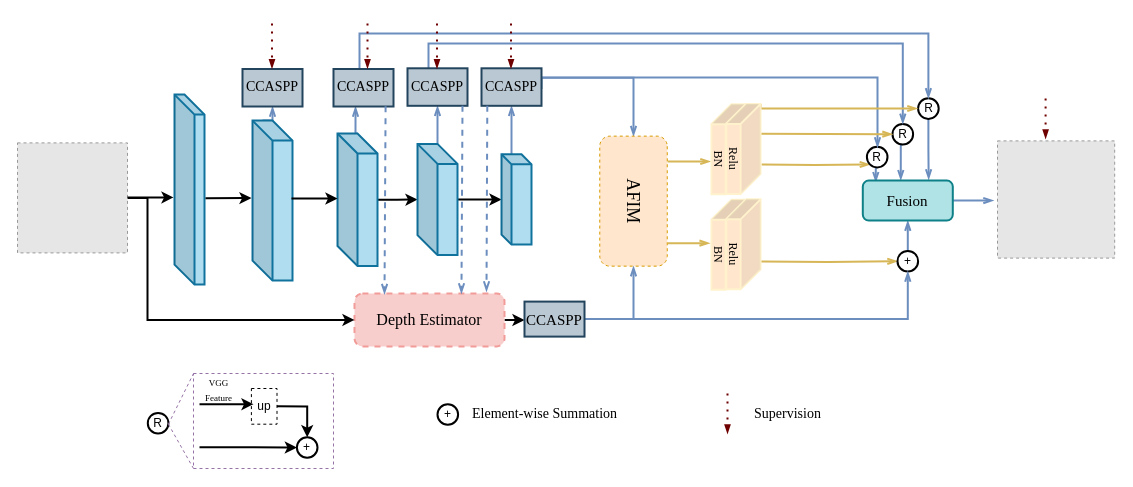
Hymhh/hymhh keeps this draw.io diagram as newRandD.drawio. Above is the earlier version. Source tidied: cells renumbered, new cells numbered last; positions are measured from the earlier drawing's top-left corner, leaving out a move shared by most shapes. Both pictures are drawn from the tidied source at 100%, with x=0, y=0 at pixel (17, 23). Pictures stored in the file or linked from it are replaced by grey dashed boxes.
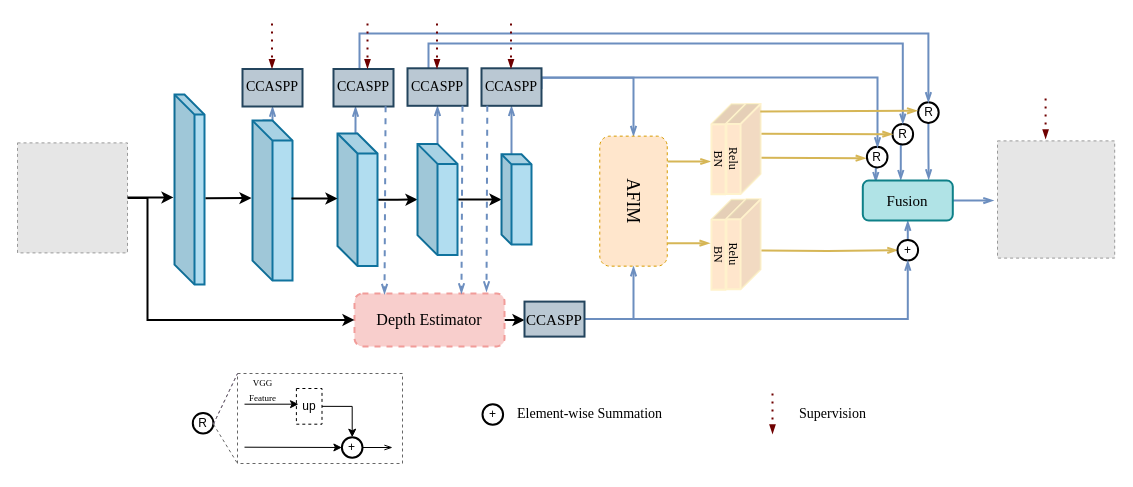
After the change.

Unchanged cells that the change refers to:
```xml
<mxCell id="16" value="R" style="ellipse;whiteSpace=wrap;html=1;strokeWidth=2;" parent="1" vertex="1">
  <mxGeometry x="849.4" y="123.3" width="20.6" height="20.6" as="geometry" />
</mxCell>
<mxCell id="73" value="&lt;font face=&quot;Times New Roman&quot;&gt;Relu&lt;/font&gt;" style="shape=cube;whiteSpace=wrap;html=1;boundedLbl=1;backgroundOutline=1;darkOpacity=0.05;darkOpacity2=0.1;direction=east;fillColor=#FFE6CC;strokeWidth=2;strokeColor=#FFF2CC;rotation=90;" parent="1" vertex="1">
  <mxGeometry x="681" y="108.4" width="90" height="34.1" as="geometry" />
</mxCell>
```

Diff of the diagram source:
```diff
@@
     <mxCell id="10" style="edgeStyle=orthogonalEdgeStyle;rounded=0;jettySize=auto;html=1;entryX=0;entryY=0.5;entryDx=0;entryDy=0;strokeColor=#d6b656;strokeWidth=2;fillColor=#fff2cc;endArrow=openThin;endFill=0;" parent="1" edge="1" target="18">
       <mxGeometry relative="1" as="geometry">
-        <mxPoint x="740" y="238" as="sourcePoint" />
+        <mxPoint x="740" y="227" as="sourcePoint" />
       </mxGeometry>
     </mxCell>
@@
-    <mxCell id="12" style="edgeStyle=orthogonalEdgeStyle;rounded=0;jettySize=auto;html=1;entryX=0;entryY=1;entryDx=0;entryDy=0;strokeColor=#D6B656;strokeWidth=2;fillColor=#fff2cc;endArrow=openThin;endFill=0;" parent="1" edge="1" target="16">
-      <mxGeometry relative="1" as="geometry">
-        <mxPoint x="744" y="141" as="sourcePoint" />
-      </mxGeometry>
+    <mxCell id="12" style="edgeStyle=orthogonalEdgeStyle;rounded=0;jettySize=auto;html=1;entryX=-0.051;entryY=0.555;entryDx=0;entryDy=0;strokeColor=#D6B656;strokeWidth=2;fillColor=#fff2cc;endArrow=openThin;endFill=0;entryPerimeter=0;exitX=0.599;exitY=-0.016;exitDx=0;exitDy=0;exitPerimeter=0;" parent="1" edge="1" source="73" target="16">
+      <mxGeometry relative="1" as="geometry" />
     </mxCell>
@@
     <mxCell id="18" value="+" style="ellipse;whiteSpace=wrap;html=1;strokeWidth=2;" parent="1" vertex="1">
-      <mxGeometry x="880" y="227.4" width="20.6" height="20.6" as="geometry" />
+      <mxGeometry x="880" y="216.4" width="20.6" height="20.6" as="geometry" />
     </mxCell>
@@
     <mxCell id="26" value="R" style="ellipse;whiteSpace=wrap;html=1;strokeWidth=2;" parent="1" vertex="1">
-      <mxGeometry x="900.6" y="74.8" width="20.6" height="20.6" as="geometry" />
+      <mxGeometry x="900.6" y="78.8" width="20.6" height="20.6" as="geometry" />
     </mxCell>
@@
     <mxCell id="43" value="&lt;font face=&quot;Times New Roman&quot; style=&quot;font-size: 14px&quot;&gt;Supervision&lt;/font&gt;" style="text;html=1;align=center;verticalAlign=middle;fillColor=none;strokeColor=none;rounded=0;strokeWidth=2;" parent="1" vertex="1">
-      <mxGeometry x="730" y="381.3" width="80" height="20" as="geometry" />
+      <mxGeometry x="775" y="381.3" width="80" height="20" as="geometry" />
     </mxCell>
     <mxCell id="44" value="+" style="ellipse;whiteSpace=wrap;html=1;strokeWidth=2;" parent="1" vertex="1">
-      <mxGeometry x="420" y="380.7" width="20.6" height="20.6" as="geometry" />
+      <mxGeometry x="465" y="380.7" width="20.6" height="20.6" as="geometry" />
     </mxCell>
     <mxCell id="45" value="&lt;font face=&quot;Times New Roman&quot; style=&quot;font-size: 14px&quot;&gt;Element-wise Summation&lt;/font&gt;" style="text;html=1;align=center;verticalAlign=middle;fillColor=none;strokeColor=none;rounded=0;strokeWidth=2;" parent="1" vertex="1">
-      <mxGeometry x="447" y="381.3" width="160" height="20" as="geometry" />
+      <mxGeometry x="492" y="381.3" width="160" height="20" as="geometry" />
     </mxCell>
     <mxCell id="46" style="edgeStyle=orthogonalEdgeStyle;fontSize=12;html=1;endArrow=blockThin;endFill=1;rounded=0;strokeWidth=2;endSize=4;startSize=4;dashed=1;dashPattern=1 3;strokeColor=#6F0000;fillColor=#a20025;" parent="1" edge="1">
       <mxGeometry relative="1" as="geometry">
-        <mxPoint x="710" y="370" as="sourcePoint" />
-        <mxPoint x="710" y="410" as="targetPoint" />
+        <mxPoint x="755" y="370" as="sourcePoint" />
+        <mxPoint x="755" y="410" as="targetPoint" />
       </mxGeometry>
     </mxCell>
@@
     <mxCell id="60" value="R" style="ellipse;whiteSpace=wrap;html=1;strokeWidth=2;" parent="1" vertex="1">
-      <mxGeometry x="130.3" y="389.4" width="20.6" height="20.6" as="geometry" />
+      <mxGeometry x="175.3" y="389.4" width="20.6" height="20.6" as="geometry" />
     </mxCell>
+    <mxCell id="75" style="edgeStyle=orthogonalEdgeStyle;rounded=0;jettySize=auto;html=1;exitX=1;exitY=0.5;exitDx=0;exitDy=0;endArrow=openThin;endFill=0;strokeColor=#000000;strokeWidth=1;" parent="1" edge="1" source="61">
+      <mxGeometry relative="1" as="geometry">
+        <mxPoint x="375" y="423.8" as="targetPoint" />
+      </mxGeometry>
+    </mxCell>
     <mxCell id="61" value="+" style="ellipse;whiteSpace=wrap;html=1;strokeWidth=2;" parent="1" vertex="1">
-      <mxGeometry x="279.4" y="413.7" width="20.6" height="20.6" as="geometry" />
+      <mxGeometry x="324.4" y="413.7" width="20.6" height="20.6" as="geometry" />
     </mxCell>
-    <mxCell id="62" style="endArrow=classic;html=1;strokeColor=#000000;strokeWidth=2;" parent="1" edge="1">
+    <mxCell id="62" style="endArrow=classic;html=1;strokeColor=#000000;strokeWidth=1;" parent="1" edge="1">
       <mxGeometry relative="1" as="geometry">
-        <mxPoint x="182" y="380.7" as="sourcePoint" />
-        <mxPoint x="236" y="380.7" as="targetPoint" />
+        <mxPoint x="227" y="380.7" as="sourcePoint" />
+        <mxPoint x="281" y="380.7" as="targetPoint" />
       </mxGeometry>
     </mxCell>
-    <mxCell id="63" style="endArrow=classic;html=1;strokeColor=#000000;strokeWidth=2;entryX=0;entryY=0.5;entryDx=0;entryDy=0;" parent="1" edge="1" target="61">
+    <mxCell id="63" style="endArrow=classic;html=1;strokeColor=#000000;strokeWidth=1;entryX=0;entryY=0.5;entryDx=0;entryDy=0;" parent="1" edge="1" target="61">
       <mxGeometry relative="1" as="geometry">
-        <mxPoint x="182" y="423.7" as="sourcePoint" />
+        <mxPoint x="227" y="423.7" as="sourcePoint" />
       </mxGeometry>
     </mxCell>
-    <mxCell id="64" style="edgeStyle=orthogonalEdgeStyle;rounded=0;jettySize=auto;html=1;exitX=1;exitY=0.5;exitDx=0;exitDy=0;entryX=0.5;entryY=0;entryDx=0;entryDy=0;strokeColor=#000000;strokeWidth=2;" parent="1" edge="1" source="65" target="61">
+    <mxCell id="64" style="edgeStyle=orthogonalEdgeStyle;rounded=0;jettySize=auto;html=1;exitX=1;exitY=0.5;exitDx=0;exitDy=0;entryX=0.5;entryY=0;entryDx=0;entryDy=0;strokeColor=#000000;strokeWidth=1;" parent="1" edge="1" source="65" target="61">
       <mxGeometry relative="1" as="geometry" />
     </mxCell>
     <mxCell id="65" value="up" style="rounded=0;whiteSpace=wrap;html=1;dashed=1;strokeColor=#000000;fillColor=none;" parent="1" vertex="1">
-      <mxGeometry x="233.9" y="365" width="25.6" height="35.7" as="geometry" />
+      <mxGeometry x="278.9" y="365" width="25.6" height="35.7" as="geometry" />
     </mxCell>
-    <mxCell id="66" style="rounded=0;whiteSpace=wrap;html=1;dashed=1;strokeColor=#9673a6;fillColor=none;" parent="1" vertex="1">
-      <mxGeometry x="176" y="350" width="140" height="95" as="geometry" />
+    <mxCell id="66" style="rounded=0;whiteSpace=wrap;html=1;dashed=1;strokeColor=#666666;fillColor=none;" parent="1" vertex="1">
+      <mxGeometry x="220" y="350" width="165" height="90" as="geometry" />
     </mxCell>
     <mxCell id="67" style="endArrow=none;html=1;strokeColor=#9673a6;strokeWidth=1;entryX=0;entryY=0;entryDx=0;entryDy=0;fillColor=#e1d5e7;dashed=1;" parent="1" edge="1" target="66">
       <mxGeometry relative="1" as="geometry">
-        <mxPoint x="150.9" y="400.7" as="sourcePoint" />
+        <mxPoint x="195.9" y="400.7" as="sourcePoint" />
       </mxGeometry>
     </mxCell>
-    <mxCell id="68" style="endArrow=none;html=1;dashed=1;strokeColor=#9673a6;strokeWidth=1;entryX=0;entryY=1;entryDx=0;entryDy=0;fillColor=#e1d5e7;" parent="1" edge="1" target="66">
+    <mxCell id="68" style="endArrow=none;html=1;dashed=1;strokeColor=#666666;strokeWidth=1;entryX=0;entryY=1;entryDx=0;entryDy=0;fillColor=#e1d5e7;" parent="1" edge="1" target="66">
       <mxGeometry relative="1" as="geometry">
-        <mxPoint x="150.9" y="400.7" as="sourcePoint" />
+        <mxPoint x="195.9" y="400.7" as="sourcePoint" />
       </mxGeometry>
     </mxCell>
     <mxCell id="69" value="&lt;font style=&quot;font-size: 9px&quot; face=&quot;Times New Roman&quot;&gt;VGG&lt;br style=&quot;font-size: 9px&quot;&gt;Feature&lt;/font&gt;" style="text;html=1;align=center;verticalAlign=middle;fillColor=none;strokeColor=none;rounded=0;dashed=1;" parent="1" vertex="1">
-      <mxGeometry x="176" y="350.7" width="50" height="30" as="geometry" />
+      <mxGeometry x="220" y="350.7" width="50" height="30" as="geometry" />
     </mxCell>
@@
-    <mxCell id="72" style="edgeStyle=orthogonalEdgeStyle;rounded=0;jettySize=auto;html=1;exitX=0;exitY=0;exitDx=0;exitDy=0;exitPerimeter=0;strokeColor=#D6B656;strokeWidth=2;endArrow=openThin;endFill=0;" parent="1" edge="1" source="73">
-      <mxGeometry relative="1" as="geometry">
-        <mxPoint x="900" y="85" as="targetPoint" />
-        <Array as="points">
-          <mxPoint x="743" y="85" />
-        </Array>
-      </mxGeometry>
-    </mxCell>
@@
+    <mxCell id="76" style="endArrow=openThin;html=1;strokeColor=#D6B656;strokeWidth=2;endFill=0;entryX=-0.043;entryY=0.411;entryDx=0;entryDy=0;entryPerimeter=0;exitX=0.083;exitY=0.009;exitDx=0;exitDy=0;exitPerimeter=0;" parent="1" edge="1" source="73" target="26">
+      <mxGeometry relative="1" as="geometry" />
+    </mxCell>
+    <mxCell id="77" style="endArrow=none;html=1;strokeColor=#666666;strokeWidth=1;entryX=0;entryY=0;entryDx=0;entryDy=0;fillColor=#e1d5e7;dashed=1;" parent="1" edge="1">
+      <mxGeometry relative="1" as="geometry">
+        <mxPoint x="195.9" y="400.7" as="sourcePoint" />
+        <mxPoint x="220" y="350" as="targetPoint" />
+      </mxGeometry>
+    </mxCell>
```
